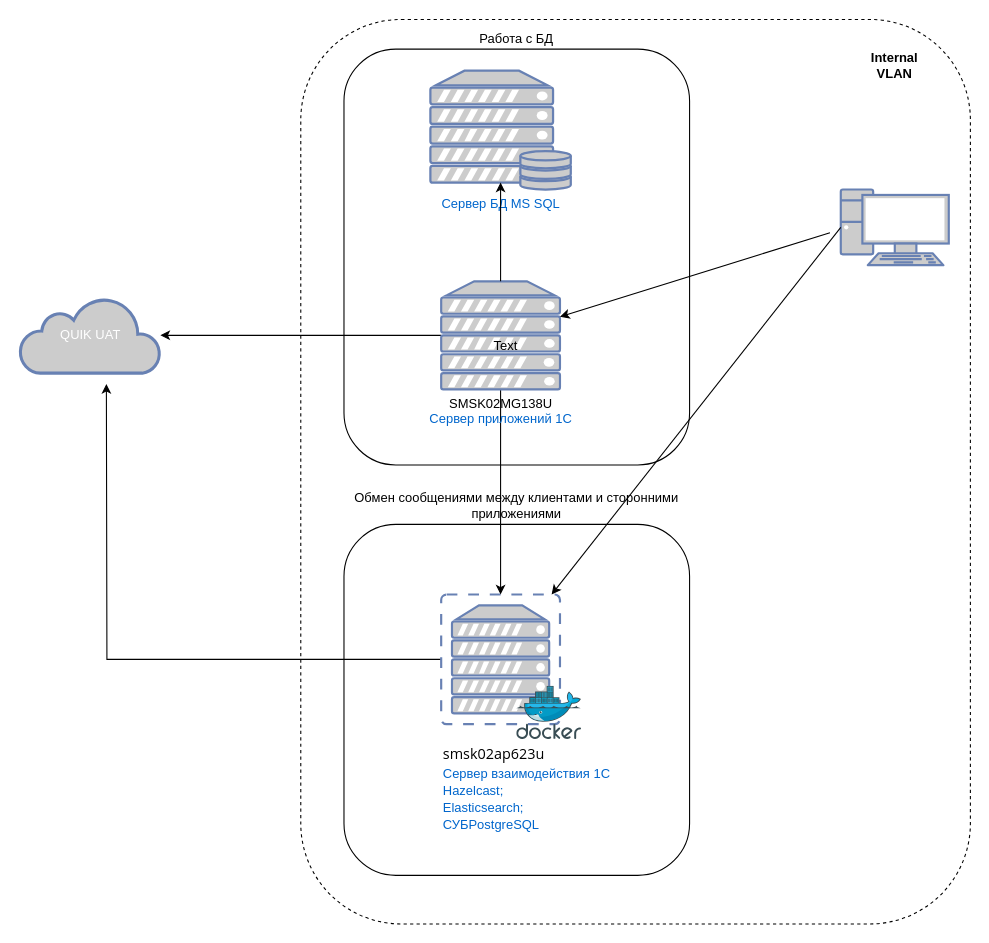
Before: СерверВзаимодействия1С-Фронт.drawio in av-konst/draw-io, a draw.io diagram. Source tidied: cells renumbered, new cells numbered last; positions are measured from the earlier drawing's top-left corner, leaving out a move shared by most shapes. Both pictures are drawn from the tidied source at 108%, with x=0, y=0 at pixel (19, 18).
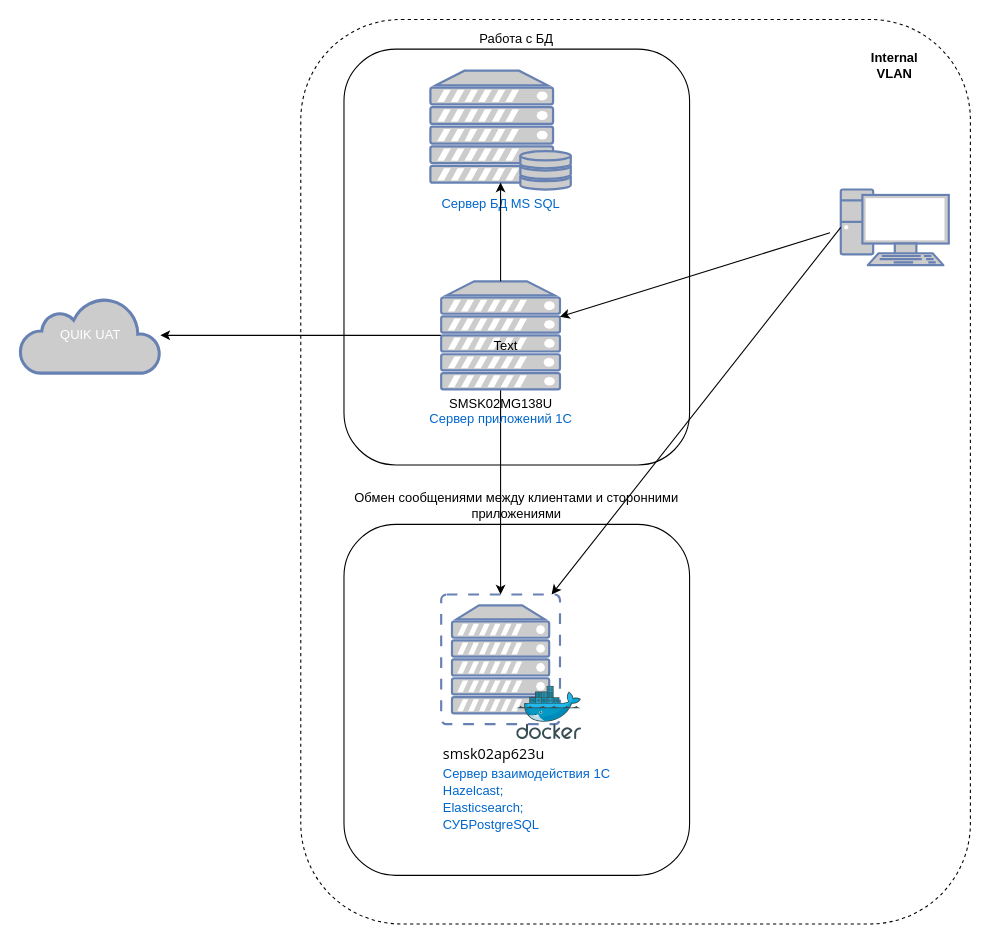
The same page after the edit.

Unchanged cells that the change refers to:
```xml
<mxCell id="7" value="&lt;pre style=&quot;text-indent: -18pt; contain: content;&quot;&gt;&lt;div style=&quot;page: WordSection1; color: rgb(0, 0, 0); font-size: medium; text-indent: 0px; white-space: normal;&quot; class=&quot;WordSection1&quot;&gt;&lt;p style=&quot;margin: 0cm 0cm 0.0001pt; line-height: normal; font-size: 11pt; font-family: Calibri, sans-serif;&quot; class=&quot;MsoNormal&quot;&gt;&lt;span style=&quot;font-size: 10pt; font-family: &amp;quot;Segoe UI&amp;quot;, sans-serif;&quot;&gt;smsk02ap623u&lt;/span&gt;&lt;/p&gt;&lt;p style=&quot;margin: 0cm 0cm 0.0001pt; line-height: normal; font-size: 11pt; font-family: Calibri, sans-serif;&quot; class=&quot;MsoNormal&quot;&gt;&lt;span style=&quot;background-color: initial; font-size: 12px; font-family: Helvetica; text-indent: -18pt; color: rgb(0, 102, 204); text-wrap: nowrap;&quot;&gt;Сервер взаимодействия 1С&lt;/span&gt;&lt;/p&gt;&lt;p style=&quot;margin: 0cm 0cm 0.0001pt; line-height: normal; font-size: 11pt; font-family: Calibri, sans-serif;&quot; class=&quot;MsoNormal&quot;&gt;&lt;span style=&quot;font-size: 12px; font-family: Helvetica; text-indent: -18pt; background-color: initial; color: rgb(0, 102, 204); text-wrap: nowrap;&quot;&gt;Hazelcast;&lt;/span&gt;&lt;/p&gt;&lt;p style=&quot;margin: 0cm 0cm 0.0001pt; line-height: normal; font-size: 11pt; font-family: Calibri, sans-serif;&quot; class=&quot;MsoNormal&quot;&gt;&lt;span style=&quot;background-color: initial; text-indent: -18pt; font-size: 12px; font-family: Helvetica; color: rgb(0, 102, 204); text-wrap: nowrap;&quot;&gt;Elasticsearch;&lt;/span&gt;&lt;/p&gt;&lt;p style=&quot;margin: 0cm 0cm 0.0001pt; line-height: normal; font-size: 11pt; font-family: Calibri, sans-serif;&quot; class=&quot;MsoNormal&quot;&gt;&lt;span style=&quot;background-color: initial; font-size: 12px; font-family: Helvetica; text-indent: -18pt; color: rgb(0, 102, 204); text-wrap: nowrap;&quot;&gt;СУБPostgreSQL&amp;nbsp;&lt;/span&gt;&lt;/p&gt;&lt;/div&gt;&lt;/pre&gt;" style="fontColor=#0066CC;verticalAlign=top;verticalLabelPosition=bottom;labelPosition=center;align=left;html=1;outlineConnect=0;fillColor=#CCCCCC;strokeColor=#6881B3;gradientColor=none;gradientDirection=north;strokeWidth=2;shape=mxgraph.networks.virtual_server;" parent="1" vertex="1">
  <mxGeometry x="390" y="533" width="110" height="120" as="geometry" />
</mxCell>
```

What changed in the source:
```diff
@@
-    <mxCell id="6" style="edgeStyle=orthogonalEdgeStyle;rounded=0;jettySize=auto;html=1;exitX=0;exitY=0.5;exitDx=0;exitDy=0;exitPerimeter=0;" parent="1" edge="1" source="7">
-      <mxGeometry relative="1" as="geometry">
-        <mxPoint x="80" y="338" as="targetPoint" />
-      </mxGeometry>
-    </mxCell>
```
